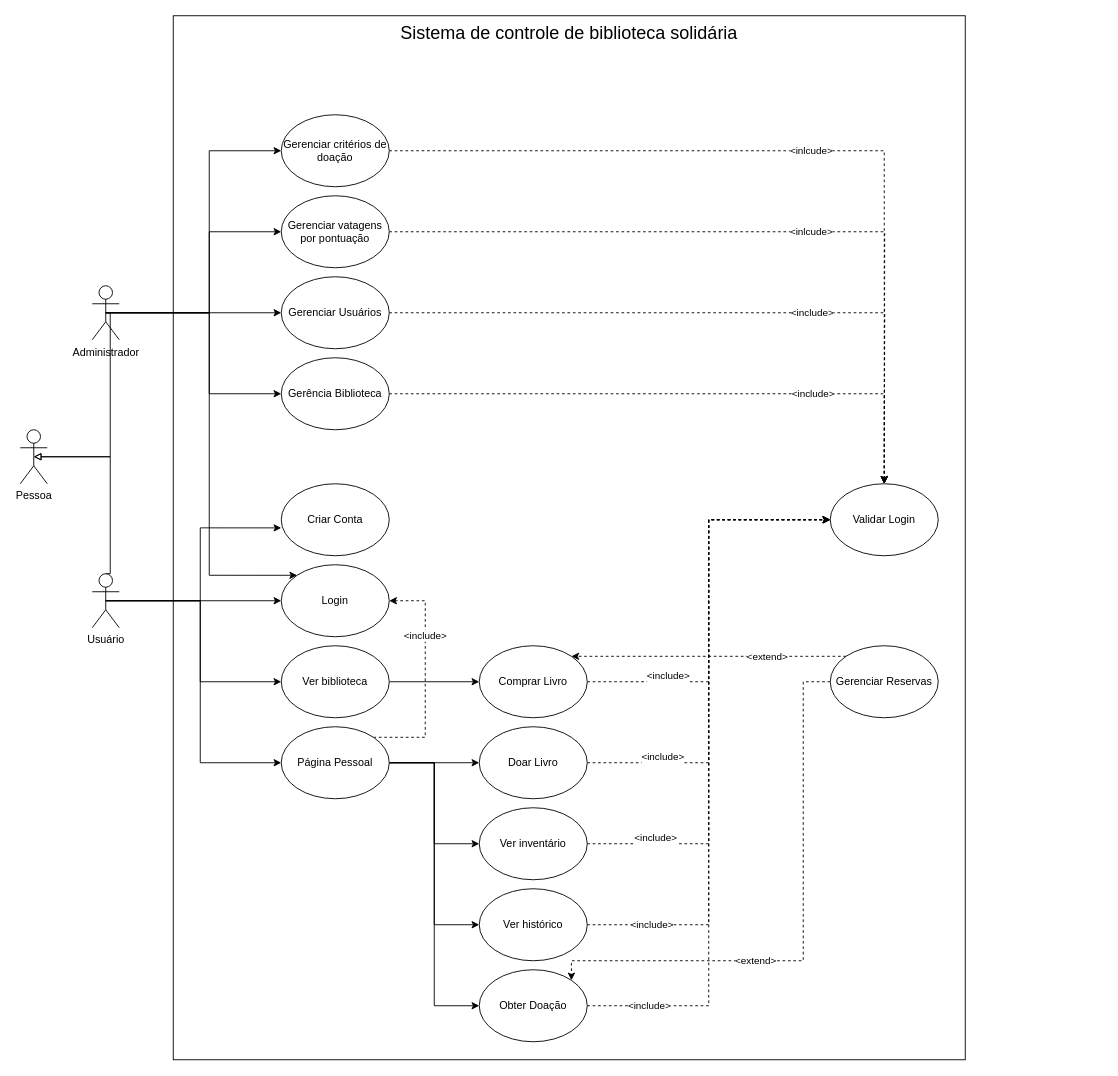
This is Diagrama sem nome.drawio from lucaspercisi/UFFS, a draw.io file, before an edit. Source tidied: cells renumbered, new cells numbered last; positions are measured from the earlier drawing's top-left corner, leaving out a move shared by most shapes. Both pictures are drawn from the tidied source at 90%, with x=0, y=0 at pixel (20, 15).
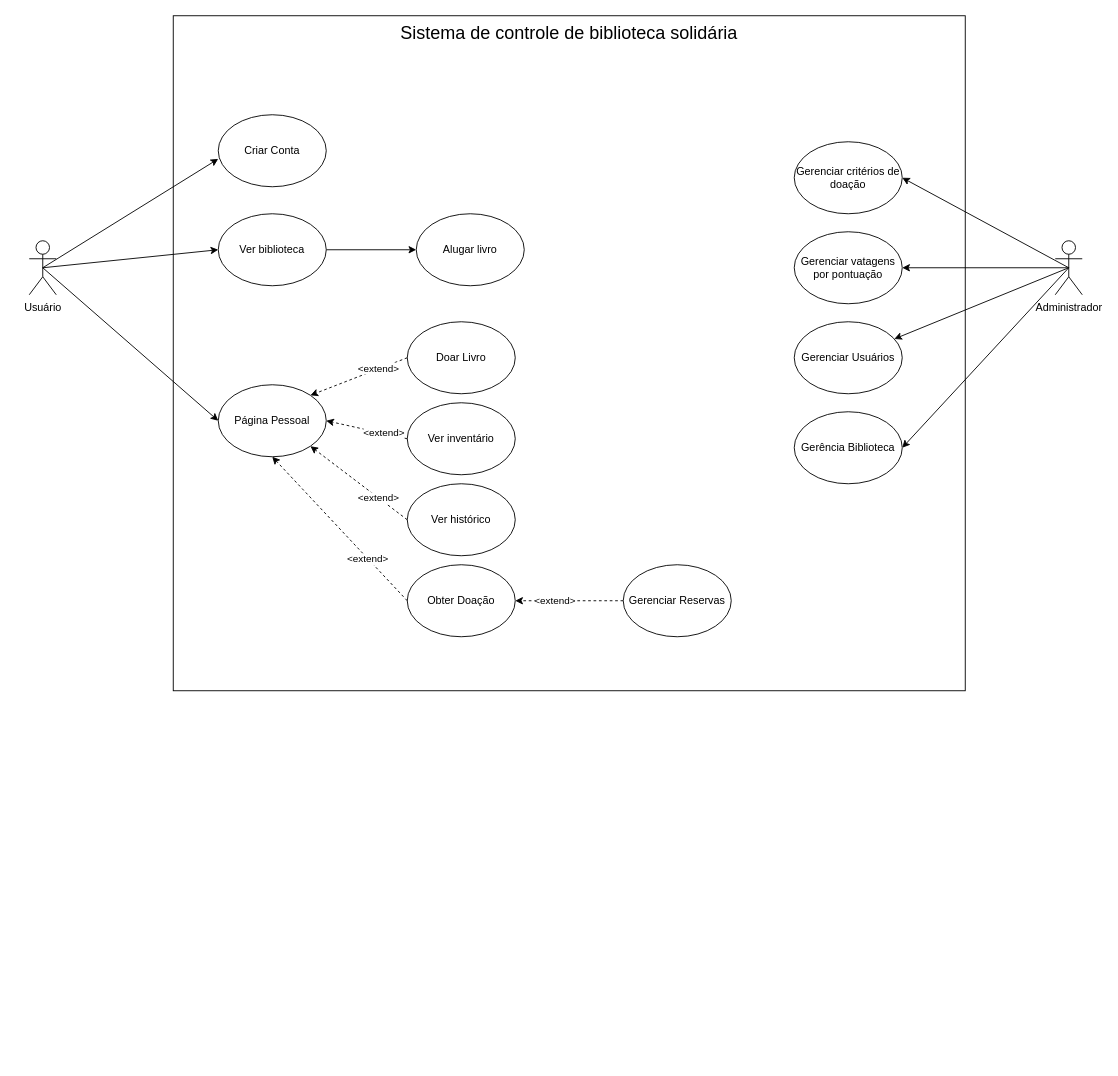
After the change.

The edit, as a diff of the source:
```diff
@@
     <mxCell id="2" value="Sistema de controle de biblioteca solidária" style="rounded=0;whiteSpace=wrap;html=1;fillColor=none;verticalAlign=top;fontSize=20;" parent="1" vertex="1">
-      <mxGeometry x="170" width="880" height="1160" as="geometry" />
+      <mxGeometry x="170" width="880" height="750" as="geometry" />
     </mxCell>
-    <mxCell id="3" style="edgeStyle=orthogonalEdgeStyle;rounded=0;jettySize=auto;html=1;exitX=0.5;exitY=0.5;exitDx=0;exitDy=0;exitPerimeter=0;entryX=0;entryY=0.5;entryDx=0;entryDy=0;" parent="1" edge="1" source="8" target="12">
-      <mxGeometry relative="1" as="geometry" />
-    </mxCell>
-    <mxCell id="4" style="edgeStyle=orthogonalEdgeStyle;rounded=0;jettySize=auto;html=1;exitX=0.5;exitY=0.5;exitDx=0;exitDy=0;exitPerimeter=0;entryX=0;entryY=0.613;entryDx=0;entryDy=0;entryPerimeter=0;" parent="1" edge="1" source="8" target="9">
+    <mxCell id="4" style="rounded=0;jettySize=auto;html=1;exitX=0.5;exitY=0.5;exitDx=0;exitDy=0;exitPerimeter=0;entryX=0;entryY=0.613;entryDx=0;entryDy=0;entryPerimeter=0;" parent="1" edge="1" source="8" target="9">
       <mxGeometry relative="1" as="geometry" />
     </mxCell>
-    <mxCell id="5" style="edgeStyle=orthogonalEdgeStyle;rounded=0;jettySize=auto;html=1;exitX=0.5;exitY=0.5;exitDx=0;exitDy=0;exitPerimeter=0;entryX=0;entryY=0.5;entryDx=0;entryDy=0;" parent="1" edge="1" source="8" target="11">
+    <mxCell id="5" style="rounded=0;jettySize=auto;html=1;exitX=0.5;exitY=0.5;exitDx=0;exitDy=0;exitPerimeter=0;entryX=0;entryY=0.5;entryDx=0;entryDy=0;" parent="1" edge="1" source="8" target="11">
       <mxGeometry relative="1" as="geometry" />
     </mxCell>
-    <mxCell id="6" style="edgeStyle=orthogonalEdgeStyle;rounded=0;jettySize=auto;html=1;exitX=0.5;exitY=0.5;exitDx=0;exitDy=0;exitPerimeter=0;entryX=0;entryY=0.5;entryDx=0;entryDy=0;" parent="1" edge="1" source="8" target="19">
+    <mxCell id="6" style="rounded=0;jettySize=auto;html=1;exitX=0.5;exitY=0.5;exitDx=0;exitDy=0;exitPerimeter=0;entryX=0;entryY=0.5;entryDx=0;entryDy=0;" parent="1" edge="1" source="8" target="19">
       <mxGeometry relative="1" as="geometry" />
     </mxCell>
-    <mxCell id="7" style="edgeStyle=orthogonalEdgeStyle;rounded=0;jettySize=auto;html=1;exitX=0.5;exitY=0;exitDx=0;exitDy=0;exitPerimeter=0;entryX=0.5;entryY=0.5;entryDx=0;entryDy=0;entryPerimeter=0;endArrow=block;endFill=0;" parent="1" edge="1" source="8" target="41">
-      <mxGeometry relative="1" as="geometry">
-        <Array as="points">
-          <mxPoint x="100" y="620" />
-          <mxPoint x="100" y="490" />
-        </Array>
-      </mxGeometry>
-    </mxCell>
     <mxCell id="8" value="Usuário" style="shape=umlActor;verticalLabelPosition=bottom;verticalAlign=top;html=1;outlineConnect=0;" parent="1" vertex="1">
-      <mxGeometry x="80" y="620" width="30" height="60" as="geometry" />
+      <mxGeometry x="10" y="250" width="30" height="60" as="geometry" />
     </mxCell>
     <mxCell id="9" value="Criar Conta" style="ellipse;whiteSpace=wrap;html=1;" parent="1" vertex="1">
-      <mxGeometry x="290" y="520" width="120" height="80" as="geometry" />
+      <mxGeometry x="220" y="110" width="120" height="80" as="geometry" />
     </mxCell>
-    <mxCell id="10" style="edgeStyle=orthogonalEdgeStyle;rounded=0;jettySize=auto;html=1;exitX=1;exitY=0.5;exitDx=0;exitDy=0;" parent="1" edge="1" source="11" target="30">
+    <mxCell id="10" style="rounded=0;jettySize=auto;html=1;exitX=1;exitY=0.5;exitDx=0;exitDy=0;" parent="1" edge="1" source="11" target="30">
       <mxGeometry relative="1" as="geometry" />
     </mxCell>
     <mxCell id="11" value="Ver biblioteca" style="ellipse;whiteSpace=wrap;html=1;" parent="1" vertex="1">
-      <mxGeometry x="290" y="700" width="120" height="80" as="geometry" />
+      <mxGeometry x="220" y="220" width="120" height="80" as="geometry" />
     </mxCell>
-    <mxCell id="12" value="Login" style="ellipse;whiteSpace=wrap;html=1;" parent="1" vertex="1">
-      <mxGeometry x="290" y="610" width="120" height="80" as="geometry" />
-    </mxCell>
@@
-    <mxCell id="14" style="edgeStyle=orthogonalEdgeStyle;rounded=0;jettySize=auto;html=1;exitX=1;exitY=0.5;exitDx=0;exitDy=0;entryX=0;entryY=0.5;entryDx=0;entryDy=0;" parent="1" edge="1" source="19" target="21">
-      <mxGeometry relative="1" as="geometry" />
-    </mxCell>
-    <mxCell id="15" style="edgeStyle=orthogonalEdgeStyle;rounded=0;jettySize=auto;html=1;exitX=1;exitY=0.5;exitDx=0;exitDy=0;entryX=0;entryY=0.5;entryDx=0;entryDy=0;" parent="1" edge="1" source="19" target="23">
-      <mxGeometry relative="1" as="geometry" />
-    </mxCell>
-    <mxCell id="16" style="edgeStyle=orthogonalEdgeStyle;rounded=0;jettySize=auto;html=1;exitX=1;exitY=0.5;exitDx=0;exitDy=0;entryX=0;entryY=0.5;entryDx=0;entryDy=0;" parent="1" edge="1" source="19" target="25">
-      <mxGeometry relative="1" as="geometry" />
-    </mxCell>
-    <mxCell id="17" style="edgeStyle=orthogonalEdgeStyle;rounded=0;jettySize=auto;html=1;exitX=1;exitY=0.5;exitDx=0;exitDy=0;entryX=0;entryY=0.5;entryDx=0;entryDy=0;" parent="1" edge="1" source="19" target="28">
-      <mxGeometry relative="1" as="geometry" />
-    </mxCell>
-    <mxCell id="18" value="&amp;lt;include&amp;gt;" style="edgeStyle=orthogonalEdgeStyle;rounded=0;jettySize=auto;html=1;exitX=1;exitY=0;exitDx=0;exitDy=0;entryX=1;entryY=0.5;entryDx=0;entryDy=0;dashed=1;" parent="1" edge="1" source="19" target="12">
-      <mxGeometry x="0.36" relative="1" as="geometry">
-        <Array as="points">
-          <mxPoint x="450" y="802" />
-          <mxPoint x="450" y="650" />
-        </Array>
-      </mxGeometry>
-    </mxCell>
     <mxCell id="19" value="Página Pessoal" style="ellipse;whiteSpace=wrap;html=1;" parent="1" vertex="1">
-      <mxGeometry x="290" y="790" width="120" height="80" as="geometry" />
+      <mxGeometry x="220" y="410" width="120" height="80" as="geometry" />
     </mxCell>
-    <mxCell id="20" value="&#10;&lt;span style=&quot;color: rgb(0, 0, 0); font-family: Helvetica; font-size: 11px; font-style: normal; font-variant-ligatures: normal; font-variant-caps: normal; font-weight: 400; letter-spacing: normal; orphans: 2; text-align: center; text-indent: 0px; text-transform: none; widows: 2; word-spacing: 0px; -webkit-text-stroke-width: 0px; background-color: rgb(255, 255, 255); text-decoration-thickness: initial; text-decoration-style: initial; text-decoration-color: initial; float: none; display: inline !important;&quot;&gt;&amp;lt;include&amp;gt;&lt;/span&gt;&#10;&#10;" style="edgeStyle=orthogonalEdgeStyle;rounded=0;jettySize=auto;html=1;exitX=1;exitY=0.5;exitDx=0;exitDy=0;entryX=0;entryY=0.5;entryDx=0;entryDy=0;dashed=1;" parent="1" edge="1" source="21" target="26">
-      <mxGeometry x="-0.69" relative="1" as="geometry" />
-    </mxCell>
     <mxCell id="21" value="Doar Livro" style="ellipse;whiteSpace=wrap;html=1;" parent="1" vertex="1">
-      <mxGeometry x="510" y="790" width="120" height="80" as="geometry" />
+      <mxGeometry x="430" y="340" width="120" height="80" as="geometry" />
     </mxCell>
-    <mxCell id="22" value="&#10;&lt;span style=&quot;color: rgb(0, 0, 0); font-family: Helvetica; font-size: 11px; font-style: normal; font-variant-ligatures: normal; font-variant-caps: normal; font-weight: 400; letter-spacing: normal; orphans: 2; text-align: center; text-indent: 0px; text-transform: none; widows: 2; word-spacing: 0px; -webkit-text-stroke-width: 0px; background-color: rgb(255, 255, 255); text-decoration-thickness: initial; text-decoration-style: initial; text-decoration-color: initial; float: none; display: inline !important;&quot;&gt;&amp;lt;include&amp;gt;&lt;/span&gt;&#10;&#10;" style="edgeStyle=orthogonalEdgeStyle;rounded=0;jettySize=auto;html=1;exitX=1;exitY=0.5;exitDx=0;exitDy=0;entryX=0;entryY=0.5;entryDx=0;entryDy=0;dashed=1;" parent="1" edge="1" source="23" target="26">
-      <mxGeometry x="-0.76" relative="1" as="geometry" />
-    </mxCell>
     <mxCell id="23" value="Ver inventário" style="ellipse;whiteSpace=wrap;html=1;" parent="1" vertex="1">
-      <mxGeometry x="510" y="880" width="120" height="80" as="geometry" />
+      <mxGeometry x="430" y="430" width="120" height="80" as="geometry" />
     </mxCell>
-    <mxCell id="24" value="&amp;lt;include&amp;gt;" style="edgeStyle=orthogonalEdgeStyle;rounded=0;jettySize=auto;html=1;exitX=1;exitY=0.5;exitDx=0;exitDy=0;entryX=0;entryY=0.5;entryDx=0;entryDy=0;dashed=1;" parent="1" edge="1" source="25" target="26">
-      <mxGeometry x="-0.8" relative="1" as="geometry" />
-    </mxCell>
     <mxCell id="25" value="Ver histórico" style="ellipse;whiteSpace=wrap;html=1;" parent="1" vertex="1">
-      <mxGeometry x="510" y="970" width="120" height="80" as="geometry" />
+      <mxGeometry x="430" y="520" width="120" height="80" as="geometry" />
     </mxCell>
-    <mxCell id="26" value="Validar Login" style="ellipse;whiteSpace=wrap;html=1;" parent="1" vertex="1">
-      <mxGeometry x="900" y="520" width="120" height="80" as="geometry" />
-    </mxCell>
-    <mxCell id="27" value="&amp;lt;include&amp;gt;" style="edgeStyle=orthogonalEdgeStyle;rounded=0;jettySize=auto;html=1;exitX=1;exitY=0.5;exitDx=0;exitDy=0;entryX=0;entryY=0.5;entryDx=0;entryDy=0;dashed=1;" parent="1" edge="1" source="28" target="26">
-      <mxGeometry x="-0.83" relative="1" as="geometry" />
-    </mxCell>
     <mxCell id="28" value="Obter Doação" style="ellipse;whiteSpace=wrap;html=1;" parent="1" vertex="1">
-      <mxGeometry x="510" y="1060" width="120" height="80" as="geometry" />
+      <mxGeometry x="430" y="610" width="120" height="80" as="geometry" />
     </mxCell>
-    <mxCell id="29" value="&#10;&lt;span style=&quot;color: rgb(0, 0, 0); font-family: Helvetica; font-size: 11px; font-style: normal; font-variant-ligatures: normal; font-variant-caps: normal; font-weight: 400; letter-spacing: normal; orphans: 2; text-align: center; text-indent: 0px; text-transform: none; widows: 2; word-spacing: 0px; -webkit-text-stroke-width: 0px; background-color: rgb(255, 255, 255); text-decoration-thickness: initial; text-decoration-style: initial; text-decoration-color: initial; float: none; display: inline !important;&quot;&gt;&amp;lt;include&amp;gt;&lt;/span&gt;&#10;&#10;" style="edgeStyle=orthogonalEdgeStyle;rounded=0;jettySize=auto;html=1;exitX=1;exitY=0.5;exitDx=0;exitDy=0;entryX=0;entryY=0.5;entryDx=0;entryDy=0;dashed=1;" parent="1" edge="1" source="30" target="26">
-      <mxGeometry x="-0.6" relative="1" as="geometry" />
-    </mxCell>
-    <mxCell id="30" value="Comprar Livro" style="ellipse;whiteSpace=wrap;html=1;" parent="1" vertex="1">
-      <mxGeometry x="510" y="700" width="120" height="80" as="geometry" />
+    <mxCell id="30" value="Alugar livro" style="ellipse;whiteSpace=wrap;html=1;" parent="1" vertex="1">
+      <mxGeometry x="440" y="220" width="120" height="80" as="geometry" />
     </mxCell>
-    <mxCell id="31" value="&amp;lt;extend&amp;gt;" style="edgeStyle=orthogonalEdgeStyle;rounded=0;jettySize=auto;html=1;exitX=0;exitY=0;exitDx=0;exitDy=0;entryX=1;entryY=0;entryDx=0;entryDy=0;dashed=1;" parent="1" edge="1" source="33" target="30">
+    <mxCell id="31" value="&amp;lt;extend&amp;gt;" style="rounded=0;jettySize=auto;html=1;dashed=1;exitX=0;exitY=0.5;exitDx=0;exitDy=0;entryX=1;entryY=0;entryDx=0;entryDy=0;" parent="1" edge="1" source="21" target="19">
       <mxGeometry x="-0.43" relative="1" as="geometry">
         <mxPoint x="-1" as="offset" />
       </mxGeometry>
     </mxCell>
-    <mxCell id="32" value="&amp;lt;extend&amp;gt;" style="edgeStyle=orthogonalEdgeStyle;rounded=0;jettySize=auto;html=1;exitX=0;exitY=0.5;exitDx=0;exitDy=0;entryX=1;entryY=0;entryDx=0;entryDy=0;dashed=1;" parent="1" edge="1" source="33" target="28">
-      <mxGeometry x="0.27" relative="1" as="geometry">
-        <Array as="points">
-          <mxPoint x="870" y="740" />
-          <mxPoint x="870" y="1050" />
-          <mxPoint x="612" y="1050" />
-        </Array>
-      </mxGeometry>
+    <mxCell id="32" value="&amp;lt;extend&amp;gt;" style="rounded=0;jettySize=auto;html=1;exitX=0;exitY=0.5;exitDx=0;exitDy=0;entryX=1;entryY=0.5;entryDx=0;entryDy=0;dashed=1;" parent="1" edge="1" source="33" target="28">
+      <mxGeometry x="0.27" relative="1" as="geometry" />
     </mxCell>
     <mxCell id="33" value="Gerenciar Reservas" style="ellipse;whiteSpace=wrap;html=1;" parent="1" vertex="1">
-      <mxGeometry x="900" y="700" width="120" height="80" as="geometry" />
+      <mxGeometry x="670" y="610" width="120" height="80" as="geometry" />
     </mxCell>
-    <mxCell id="34" style="edgeStyle=orthogonalEdgeStyle;rounded=0;jettySize=auto;html=1;exitX=0.5;exitY=0.5;exitDx=0;exitDy=0;exitPerimeter=0;entryX=0.5;entryY=0.5;entryDx=0;entryDy=0;entryPerimeter=0;endArrow=block;endFill=0;" parent="1" edge="1" source="40" target="41">
-      <mxGeometry relative="1" as="geometry">
-        <Array as="points">
-          <mxPoint x="100" y="330" />
-          <mxPoint x="100" y="490" />
-        </Array>
-      </mxGeometry>
-    </mxCell>
-    <mxCell id="35" style="edgeStyle=orthogonalEdgeStyle;rounded=0;jettySize=auto;html=1;exitX=0.5;exitY=0.5;exitDx=0;exitDy=0;exitPerimeter=0;entryX=0;entryY=0;entryDx=0;entryDy=0;endArrow=classic;endFill=1;" parent="1" edge="1" source="40" target="12">
-      <mxGeometry relative="1" as="geometry">
-        <Array as="points">
-          <mxPoint x="210" y="330" />
-          <mxPoint x="210" y="622" />
-        </Array>
-      </mxGeometry>
-    </mxCell>
-    <mxCell id="36" style="edgeStyle=orthogonalEdgeStyle;rounded=0;jettySize=auto;html=1;exitX=0.5;exitY=0.5;exitDx=0;exitDy=0;exitPerimeter=0;endArrow=classic;endFill=1;" parent="1" edge="1" source="40" target="45">
+    <mxCell id="36" style="rounded=0;jettySize=auto;html=1;exitX=0.5;exitY=0.5;exitDx=0;exitDy=0;exitPerimeter=0;endArrow=classic;endFill=1;" parent="1" edge="1" source="40" target="45">
       <mxGeometry relative="1" as="geometry" />
     </mxCell>
-    <mxCell id="37" style="edgeStyle=orthogonalEdgeStyle;rounded=0;jettySize=auto;html=1;exitX=0.5;exitY=0.5;exitDx=0;exitDy=0;exitPerimeter=0;entryX=0;entryY=0.5;entryDx=0;entryDy=0;endArrow=classic;endFill=1;" parent="1" edge="1" source="40" target="43">
-      <mxGeometry relative="1" as="geometry">
-        <Array as="points">
-          <mxPoint x="210" y="330" />
-          <mxPoint x="210" y="420" />
-        </Array>
-      </mxGeometry>
+    <mxCell id="37" style="rounded=0;jettySize=auto;html=1;exitX=0.5;exitY=0.5;exitDx=0;exitDy=0;exitPerimeter=0;entryX=1;entryY=0.5;entryDx=0;entryDy=0;endArrow=classic;endFill=1;" parent="1" edge="1" source="40" target="43">
+      <mxGeometry relative="1" as="geometry" />
     </mxCell>
-    <mxCell id="38" style="edgeStyle=orthogonalEdgeStyle;rounded=0;jettySize=auto;html=1;exitX=0.5;exitY=0.5;exitDx=0;exitDy=0;exitPerimeter=0;entryX=0;entryY=0.5;entryDx=0;entryDy=0;" parent="1" edge="1" source="40" target="49">
-      <mxGeometry relative="1" as="geometry">
-        <Array as="points">
-          <mxPoint x="210" y="330" />
-          <mxPoint x="210" y="240" />
-        </Array>
-      </mxGeometry>
+    <mxCell id="38" style="rounded=0;jettySize=auto;html=1;exitX=0.5;exitY=0.5;exitDx=0;exitDy=0;exitPerimeter=0;entryX=1;entryY=0.5;entryDx=0;entryDy=0;" parent="1" edge="1" source="40" target="49">
+      <mxGeometry relative="1" as="geometry" />
     </mxCell>
-    <mxCell id="39" style="edgeStyle=orthogonalEdgeStyle;rounded=0;jettySize=auto;html=1;exitX=0.5;exitY=0.5;exitDx=0;exitDy=0;exitPerimeter=0;entryX=0;entryY=0.5;entryDx=0;entryDy=0;" parent="1" edge="1" source="40" target="47">
-      <mxGeometry relative="1" as="geometry">
-        <Array as="points">
-          <mxPoint x="210" y="330" />
-          <mxPoint x="210" y="150" />
-        </Array>
-      </mxGeometry>
+    <mxCell id="39" style="rounded=0;jettySize=auto;html=1;exitX=0.5;exitY=0.5;exitDx=0;exitDy=0;exitPerimeter=0;entryX=1;entryY=0.5;entryDx=0;entryDy=0;" parent="1" edge="1" source="40" target="47">
+      <mxGeometry relative="1" as="geometry" />
     </mxCell>
     <mxCell id="40" value="Administrador" style="shape=umlActor;verticalLabelPosition=bottom;verticalAlign=top;html=1;outlineConnect=0;" parent="1" vertex="1">
-      <mxGeometry x="80" y="300" width="30" height="60" as="geometry" />
+      <mxGeometry x="1150" y="250" width="30" height="60" as="geometry" />
     </mxCell>
-    <mxCell id="41" value="Pessoa" style="shape=umlActor;verticalLabelPosition=bottom;verticalAlign=top;html=1;outlineConnect=0;" parent="1" vertex="1">
-      <mxGeometry y="460" width="30" height="60" as="geometry" />
-    </mxCell>
-    <mxCell id="42" value="&amp;lt;include&amp;gt;" style="edgeStyle=orthogonalEdgeStyle;rounded=0;jettySize=auto;html=1;exitX=1;exitY=0.5;exitDx=0;exitDy=0;entryX=0.5;entryY=0;entryDx=0;entryDy=0;dashed=1;" parent="1" edge="1" source="43" target="26">
-      <mxGeometry x="0.45" relative="1" as="geometry" />
-    </mxCell>
     <mxCell id="43" value="Gerência Biblioteca" style="ellipse;whiteSpace=wrap;html=1;" parent="1" vertex="1">
-      <mxGeometry x="290" y="380" width="120" height="80" as="geometry" />
+      <mxGeometry x="860" y="440" width="120" height="80" as="geometry" />
     </mxCell>
-    <mxCell id="44" value="&amp;lt;include&amp;gt;" style="edgeStyle=orthogonalEdgeStyle;rounded=0;jettySize=auto;html=1;exitX=1;exitY=0.5;exitDx=0;exitDy=0;dashed=1;" parent="1" edge="1" source="45">
-      <mxGeometry x="0.27" relative="1" as="geometry">
-        <mxPoint x="960" y="520" as="targetPoint" />
-      </mxGeometry>
-    </mxCell>
     <mxCell id="45" value="Gerenciar Usuários" style="ellipse;whiteSpace=wrap;html=1;" parent="1" vertex="1">
-      <mxGeometry x="290" y="290" width="120" height="80" as="geometry" />
+      <mxGeometry x="860" y="340" width="120" height="80" as="geometry" />
     </mxCell>
-    <mxCell id="46" value="&amp;lt;inlcude&amp;gt;" style="edgeStyle=orthogonalEdgeStyle;rounded=0;jettySize=auto;html=1;exitX=1;exitY=0.5;exitDx=0;exitDy=0;dashed=1;" parent="1" edge="1" source="47" target="26">
-      <mxGeometry x="0.02" relative="1" as="geometry" />
-    </mxCell>
     <mxCell id="47" value="Gerenciar critérios de doação" style="ellipse;whiteSpace=wrap;html=1;" parent="1" vertex="1">
-      <mxGeometry x="290" y="110" width="120" height="80" as="geometry" />
+      <mxGeometry x="860" y="140" width="120" height="80" as="geometry" />
     </mxCell>
-    <mxCell id="48" value="&amp;lt;inlcude&amp;gt;" style="edgeStyle=orthogonalEdgeStyle;rounded=0;jettySize=auto;html=1;exitX=1;exitY=0.5;exitDx=0;exitDy=0;dashed=1;" parent="1" edge="1" source="49">
-      <mxGeometry x="0.13" relative="1" as="geometry">
-        <mxPoint x="960" y="520" as="targetPoint" />
-      </mxGeometry>
-    </mxCell>
     <mxCell id="49" value="Gerenciar vatagens por pontuação" style="ellipse;whiteSpace=wrap;html=1;" parent="1" vertex="1">
-      <mxGeometry x="290" y="200" width="120" height="80" as="geometry" />
+      <mxGeometry x="860" y="240" width="120" height="80" as="geometry" />
     </mxCell>
+    <mxCell id="50" value="&amp;lt;extend&amp;gt;" style="rounded=0;jettySize=auto;html=1;dashed=1;exitX=0;exitY=0.5;exitDx=0;exitDy=0;entryX=1;entryY=0.5;entryDx=0;entryDy=0;" parent="1" edge="1" source="23" target="19">
+      <mxGeometry x="-0.43" relative="1" as="geometry">
+        <mxPoint x="-1" as="offset" />
+      </mxGeometry>
+    </mxCell>
+    <mxCell id="51" value="&amp;lt;extend&amp;gt;" style="rounded=0;jettySize=auto;html=1;dashed=1;exitX=0;exitY=0.5;exitDx=0;exitDy=0;entryX=1;entryY=1;entryDx=0;entryDy=0;" parent="1" edge="1" source="25" target="19">
+      <mxGeometry x="-0.43" relative="1" as="geometry">
+        <mxPoint x="-1" as="offset" />
+      </mxGeometry>
+    </mxCell>
+    <mxCell id="52" value="&amp;lt;extend&amp;gt;" style="rounded=0;jettySize=auto;html=1;dashed=1;exitX=0;exitY=0.5;exitDx=0;exitDy=0;entryX=0.5;entryY=1;entryDx=0;entryDy=0;" parent="1" edge="1" source="28" target="19">
+      <mxGeometry x="-0.43" relative="1" as="geometry">
+        <mxPoint x="-1" as="offset" />
+      </mxGeometry>
+    </mxCell>
```
